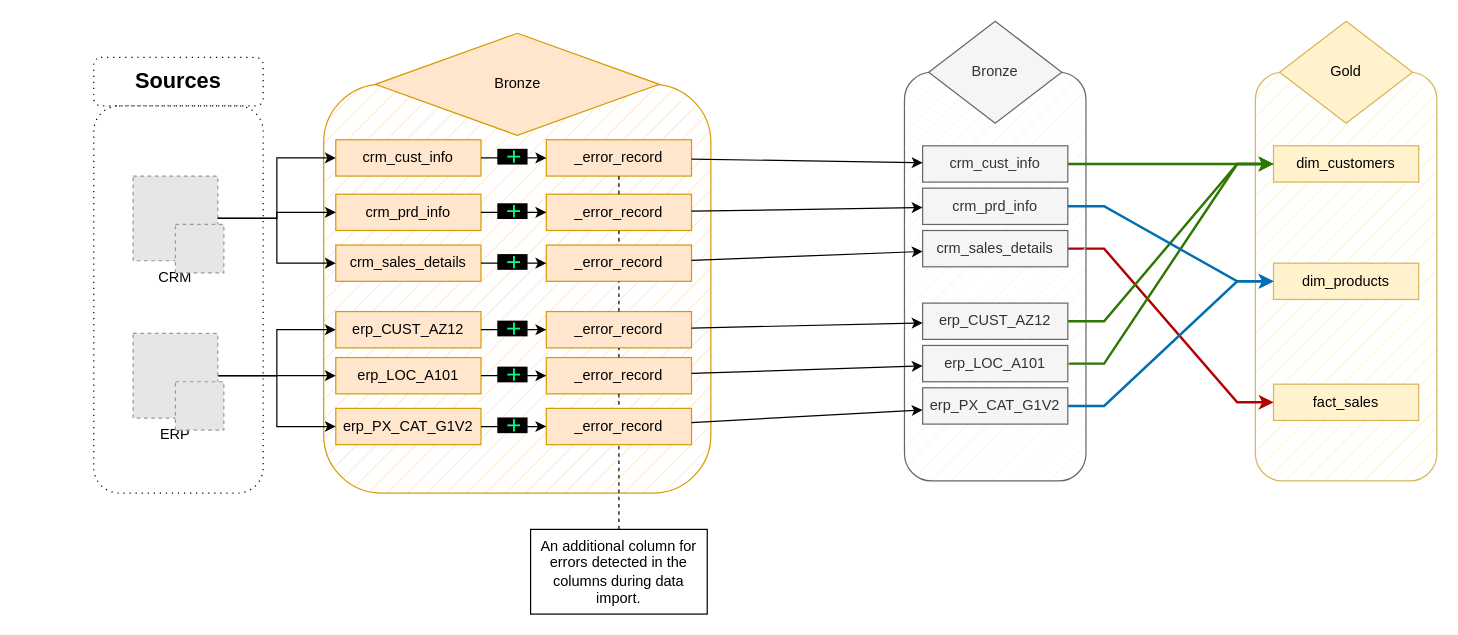
Before: page "data_flow" (3 of 5) of pyspark_pipeline/project_architecture.drawio in MaxKlosinski/SQL-Data-Warehouse-First, a draw.io diagram. Source tidied: cells renumbered, new cells numbered last; positions are measured from the earlier drawing's top-left corner, leaving out a move shared by most shapes. Both pictures are drawn from the tidied source at 121%, with x=0, y=0 at pixel (93, 21). Pictures stored in the file or linked from it are replaced by grey dashed boxes.
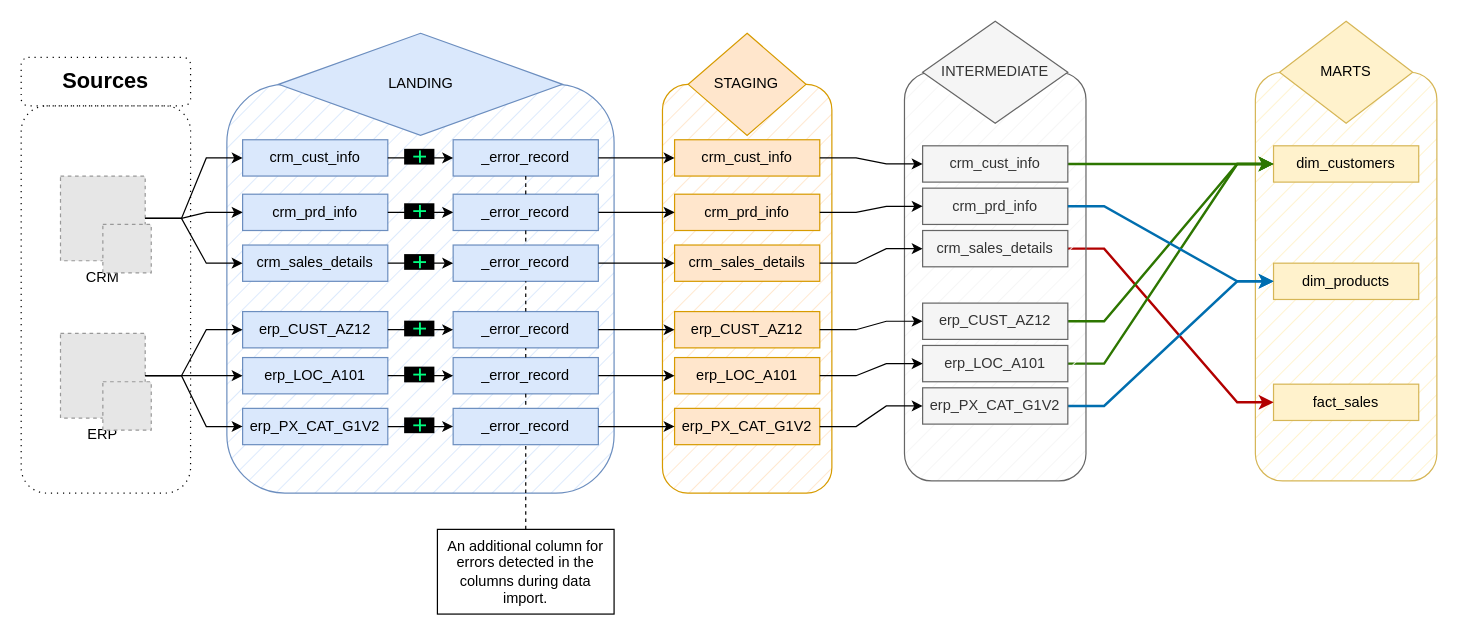
After the change.

Commit message (it also covers changes not shown here):
Add_full_diagrams

Unchanged cells that the change refers to:
```xml
<mxCell id="2" style="group;fillColor=none;strokeColor=none;" parent="1" vertex="1">
  <mxGeometry x="960" width="150" height="380" as="geometry" />
</mxCell>
<mxCell id="10" style="group;" parent="1" vertex="1">
  <mxGeometry x="670" width="150" height="380" as="geometry" />
</mxCell>
<mxCell id="51" value="ERP" style="fillColor=#E6E6E6;strokeColor=#999999;dashed=1;verticalLabelPosition=bottom;labelBackgroundColor=default;verticalAlign=top;" parent="50" vertex="1">
  <mxGeometry width="70" height="70" as="geometry" />
</mxCell>
<mxCell id="54" value="CRM" style="fillColor=#E6E6E6;strokeColor=#999999;dashed=1;verticalLabelPosition=bottom;labelBackgroundColor=default;verticalAlign=top;" parent="53" vertex="1">
  <mxGeometry width="70" height="70" as="geometry" />
</mxCell>
<mxCell id="60" value="erp_PX_CAT_G1V2" style="rounded=0;whiteSpace=wrap;html=1;fillColor=#f5f5f5;fontColor=#333333;strokeColor=#666666;" parent="1" vertex="1">
  <mxGeometry x="685" y="303" width="120" height="30" as="geometry" />
</mxCell>
<mxCell id="61" value="erp_LOC_A101" style="rounded=0;whiteSpace=wrap;html=1;fillColor=#f5f5f5;fontColor=#333333;strokeColor=#666666;" parent="1" vertex="1">
  <mxGeometry x="685" y="268" width="120" height="30" as="geometry" />
</mxCell>
<mxCell id="63" value="erp_CUST_AZ12" style="rounded=0;whiteSpace=wrap;html=1;fillColor=#f5f5f5;fontColor=#333333;strokeColor=#666666;" parent="1" vertex="1">
  <mxGeometry x="685" y="233" width="120" height="30" as="geometry" />
</mxCell>
<mxCell id="65" value="crm_cust_info" style="rounded=0;whiteSpace=wrap;html=1;fillColor=#f5f5f5;fontColor=#333333;strokeColor=#666666;" parent="1" vertex="1">
  <mxGeometry x="685" y="103" width="120" height="30" as="geometry" />
</mxCell>
<mxCell id="66" value="crm_prd_info" style="rounded=0;whiteSpace=wrap;html=1;fillColor=#f5f5f5;fontColor=#333333;strokeColor=#666666;" parent="1" vertex="1">
  <mxGeometry x="685" y="138" width="120" height="30" as="geometry" />
</mxCell>
<mxCell id="67" value="crm_sales_details" style="rounded=0;whiteSpace=wrap;html=1;fillColor=#f5f5f5;fontColor=#333333;strokeColor=#666666;" parent="1" vertex="1">
  <mxGeometry x="685" y="173" width="120" height="30" as="geometry" />
</mxCell>
```

The edit, as a diff of the source:
```diff
@@
-    <mxCell id="4" value="Gold" style="rhombus;whiteSpace=wrap;html=1;fillColor=#fff2cc;strokeColor=#d6b656;" parent="2" vertex="1">
+    <mxCell id="4" value="MARTS" style="rhombus;whiteSpace=wrap;html=1;fillColor=#fff2cc;strokeColor=#d6b656;" parent="2" vertex="1">
       <mxGeometry x="20" width="110" height="84.4" as="geometry" />
     </mxCell>
@@
-    <mxCell id="12" value="Bronze" style="rhombus;whiteSpace=wrap;html=1;fillColor=#f5f5f5;strokeColor=#666666;fontColor=#333333;" parent="10" vertex="1">
-      <mxGeometry x="20" width="110" height="84.4" as="geometry" />
+    <mxCell id="12" value="INTERMEDIATE" style="rhombus;whiteSpace=wrap;html=1;fillColor=#f5f5f5;strokeColor=#666666;fontColor=#333333;" parent="10" vertex="1">
+      <mxGeometry x="15" width="120" height="84.4" as="geometry" />
     </mxCell>
     <mxCell id="13" style="group;" parent="1" vertex="1">
-      <mxGeometry x="190" y="10" width="320" height="380" as="geometry" />
+      <mxGeometry x="110" y="10" width="320" height="380" as="geometry" />
     </mxCell>
-    <mxCell id="14" style="rounded=1;whiteSpace=wrap;html=1;fillColor=#ffe6cc;strokeColor=#d79b00;fillStyle=hatch;" parent="13" vertex="1">
+    <mxCell id="14" style="rounded=1;whiteSpace=wrap;html=1;fillColor=#dae8fc;strokeColor=#6c8ebf;fillStyle=hatch;" parent="13" vertex="1">
       <mxGeometry y="42.2" width="320" height="337.8" as="geometry" />
     </mxCell>
-    <mxCell id="15" value="Bronze" style="rhombus;whiteSpace=wrap;html=1;fillColor=#ffe6cc;strokeColor=#d79b00;" parent="13" vertex="1">
+    <mxCell id="15" value="LANDING" style="rhombus;whiteSpace=wrap;html=1;fillColor=#dae8fc;strokeColor=#6c8ebf;" parent="13" vertex="1">
       <mxGeometry x="42.7" width="234.7" height="84.4" as="geometry" />
     </mxCell>
-    <mxCell id="16" value="_error_record" style="rounded=0;whiteSpace=wrap;html=1;fillColor=#ffe6cc;strokeColor=#d79b00;" parent="13" vertex="1">
-      <mxGeometry x="184" y="88" width="120" height="30" as="geometry" />
+    <mxCell id="16" value="_error_record" style="rounded=0;whiteSpace=wrap;html=1;fillColor=#dae8fc;strokeColor=#6c8ebf;" parent="13" vertex="1">
+      <mxGeometry x="187" y="88" width="120" height="30" as="geometry" />
     </mxCell>
-    <mxCell id="17" value="_error_record" style="rounded=0;whiteSpace=wrap;html=1;fillColor=#ffe6cc;strokeColor=#d79b00;" parent="13" vertex="1">
-      <mxGeometry x="184" y="133" width="120" height="30" as="geometry" />
+    <mxCell id="17" value="_error_record" style="rounded=0;whiteSpace=wrap;html=1;fillColor=#dae8fc;strokeColor=#6c8ebf;" parent="13" vertex="1">
+      <mxGeometry x="187" y="133" width="120" height="30" as="geometry" />
     </mxCell>
-    <mxCell id="18" value="crm_cust_info" style="rounded=0;whiteSpace=wrap;html=1;fillColor=#ffe6cc;strokeColor=#d79b00;" parent="13" vertex="1">
-      <mxGeometry x="10" y="88" width="120" height="30" as="geometry" />
+    <mxCell id="18" value="crm_cust_info" style="rounded=0;whiteSpace=wrap;html=1;fillColor=#dae8fc;strokeColor=#6c8ebf;" parent="13" vertex="1">
+      <mxGeometry x="13" y="88" width="120" height="30" as="geometry" />
     </mxCell>
-    <mxCell id="19" value="crm_prd_info" style="rounded=0;whiteSpace=wrap;html=1;fillColor=#ffe6cc;strokeColor=#d79b00;" parent="13" vertex="1">
-      <mxGeometry x="10" y="133" width="120" height="30" as="geometry" />
+    <mxCell id="19" value="crm_prd_info" style="rounded=0;whiteSpace=wrap;html=1;fillColor=#dae8fc;strokeColor=#6c8ebf;" parent="13" vertex="1">
+      <mxGeometry x="13" y="133" width="120" height="30" as="geometry" />
     </mxCell>
-    <mxCell id="20" value="crm_sales_details" style="rounded=0;whiteSpace=wrap;html=1;fillColor=#ffe6cc;strokeColor=#d79b00;" parent="13" vertex="1">
-      <mxGeometry x="10" y="175" width="120" height="30" as="geometry" />
+    <mxCell id="20" value="crm_sales_details" style="rounded=0;whiteSpace=wrap;html=1;fillColor=#dae8fc;strokeColor=#6c8ebf;" parent="13" vertex="1">
+      <mxGeometry x="13" y="175" width="120" height="30" as="geometry" />
     </mxCell>
-    <mxCell id="21" value="erp_CUST_AZ12" style="rounded=0;whiteSpace=wrap;html=1;fillColor=#ffe6cc;strokeColor=#d79b00;" parent="13" vertex="1">
-      <mxGeometry x="10" y="230" width="120" height="30" as="geometry" />
+    <mxCell id="21" value="erp_CUST_AZ12" style="rounded=0;whiteSpace=wrap;html=1;fillColor=#dae8fc;strokeColor=#6c8ebf;" parent="13" vertex="1">
+      <mxGeometry x="13" y="230" width="120" height="30" as="geometry" />
     </mxCell>
-    <mxCell id="22" value="erp_LOC_A101" style="rounded=0;whiteSpace=wrap;html=1;fillColor=#ffe6cc;strokeColor=#d79b00;" parent="13" vertex="1">
-      <mxGeometry x="10" y="268" width="120" height="30" as="geometry" />
+    <mxCell id="22" value="erp_LOC_A101" style="rounded=0;whiteSpace=wrap;html=1;fillColor=#dae8fc;strokeColor=#6c8ebf;" parent="13" vertex="1">
+      <mxGeometry x="13" y="268" width="120" height="30" as="geometry" />
     </mxCell>
-    <mxCell id="23" value="erp_PX_CAT_G1V2" style="rounded=0;whiteSpace=wrap;html=1;fillColor=#ffe6cc;strokeColor=#d79b00;" parent="13" vertex="1">
-      <mxGeometry x="10" y="310" width="120" height="30" as="geometry" />
+    <mxCell id="23" value="erp_PX_CAT_G1V2" style="rounded=0;whiteSpace=wrap;html=1;fillColor=#dae8fc;strokeColor=#6c8ebf;" parent="13" vertex="1">
+      <mxGeometry x="13" y="310" width="120" height="30" as="geometry" />
     </mxCell>
-    <mxCell id="24" value="_error_record" style="rounded=0;whiteSpace=wrap;html=1;fillColor=#ffe6cc;strokeColor=#d79b00;" parent="13" vertex="1">
-      <mxGeometry x="184" y="175" width="120" height="30" as="geometry" />
+    <mxCell id="24" value="_error_record" style="rounded=0;whiteSpace=wrap;html=1;fillColor=#dae8fc;strokeColor=#6c8ebf;" parent="13" vertex="1">
+      <mxGeometry x="187" y="175" width="120" height="30" as="geometry" />
     </mxCell>
-    <mxCell id="25" value="_error_record" style="rounded=0;whiteSpace=wrap;html=1;fillColor=#ffe6cc;strokeColor=#d79b00;" parent="13" vertex="1">
-      <mxGeometry x="184" y="230" width="120" height="30" as="geometry" />
+    <mxCell id="25" value="_error_record" style="rounded=0;whiteSpace=wrap;html=1;fillColor=#dae8fc;strokeColor=#6c8ebf;" parent="13" vertex="1">
+      <mxGeometry x="187" y="230" width="120" height="30" as="geometry" />
     </mxCell>
-    <mxCell id="26" value="_error_record" style="rounded=0;whiteSpace=wrap;html=1;fillColor=#ffe6cc;strokeColor=#d79b00;" parent="13" vertex="1">
-      <mxGeometry x="184" y="268" width="120" height="30" as="geometry" />
+    <mxCell id="26" value="_error_record" style="rounded=0;whiteSpace=wrap;html=1;fillColor=#dae8fc;strokeColor=#6c8ebf;" parent="13" vertex="1">
+      <mxGeometry x="187" y="268" width="120" height="30" as="geometry" />
     </mxCell>
-    <mxCell id="27" value="_error_record" style="rounded=0;whiteSpace=wrap;html=1;fillColor=#ffe6cc;strokeColor=#d79b00;" parent="13" vertex="1">
-      <mxGeometry x="184" y="310" width="120" height="30" as="geometry" />
+    <mxCell id="27" value="_error_record" style="rounded=0;whiteSpace=wrap;html=1;fillColor=#dae8fc;strokeColor=#6c8ebf;" parent="13" vertex="1">
+      <mxGeometry x="187" y="310" width="120" height="30" as="geometry" />
     </mxCell>
@@
     <mxCell id="45" style="rounded=1;whiteSpace=wrap;html=1;dashed=1;dashPattern=1 4;fillColor=none;fillStyle=hatch;" parent="1" vertex="1">
-      <mxGeometry y="70" width="140" height="320" as="geometry" />
+      <mxGeometry x="-60" y="70" width="140" height="320" as="geometry" />
     </mxCell>
     <mxCell id="46" value="&lt;font style=&quot;font-size: 18px;&quot;&gt;&lt;b&gt;Sources&lt;/b&gt;&lt;/font&gt;" style="rounded=1;whiteSpace=wrap;html=1;fillColor=none;dashed=1;dashPattern=1 4;" parent="1" vertex="1">
-      <mxGeometry y="30" width="140" height="40" as="geometry" />
+      <mxGeometry x="-60" y="30" width="140" height="40" as="geometry" />
     </mxCell>
-    <mxCell id="47" style="edgeStyle=orthogonalEdgeStyle;rounded=0;jettySize=auto;html=1;" parent="1" edge="1" source="51" target="21">
-      <mxGeometry relative="1" as="geometry" />
-    </mxCell>
-    <mxCell id="48" style="edgeStyle=orthogonalEdgeStyle;rounded=0;jettySize=auto;html=1;" parent="1" edge="1" source="51" target="22">
-      <mxGeometry relative="1" as="geometry" />
-    </mxCell>
-    <mxCell id="49" style="edgeStyle=orthogonalEdgeStyle;rounded=0;jettySize=auto;html=1;" parent="1" edge="1" source="51" target="23">
-      <mxGeometry relative="1" as="geometry" />
-    </mxCell>
     <mxCell id="50" style="group;" parent="1" vertex="1">
-      <mxGeometry x="32.5" y="258" width="75" height="80" as="geometry" />
+      <mxGeometry x="-27.5" y="258" width="75" height="80" as="geometry" />
     </mxCell>
@@
     <mxCell id="53" style="group;" parent="1" vertex="1">
-      <mxGeometry x="32.5" y="128" width="75" height="80" as="geometry" />
+      <mxGeometry x="-27.5" y="128" width="75" height="80" as="geometry" />
     </mxCell>
@@
-    <mxCell id="56" style="edgeStyle=orthogonalEdgeStyle;rounded=0;jettySize=auto;html=1;" parent="1" edge="1" source="54" target="18">
-      <mxGeometry relative="1" as="geometry" />
-    </mxCell>
-    <mxCell id="57" style="edgeStyle=orthogonalEdgeStyle;rounded=0;jettySize=auto;html=1;" parent="1" edge="1" source="54" target="19">
-      <mxGeometry relative="1" as="geometry" />
-    </mxCell>
-    <mxCell id="58" style="edgeStyle=orthogonalEdgeStyle;rounded=0;jettySize=auto;html=1;" parent="1" edge="1" source="54" target="20">
-      <mxGeometry relative="1" as="geometry" />
-    </mxCell>
@@
     <mxCell id="70" value="An additional column for errors detected in the columns during data import." style="rounded=0;whiteSpace=wrap;html=1;" parent="1" vertex="1">
-      <mxGeometry x="361" y="420" width="146" height="70" as="geometry" />
+      <mxGeometry x="284" y="420" width="146" height="70" as="geometry" />
     </mxCell>
-    <mxCell id="71" style="endArrow=classic;html=1;rounded=0;" parent="1" edge="1" source="16" target="65">
-      <mxGeometry relative="1" as="geometry" />
-    </mxCell>
-    <mxCell id="72" style="endArrow=classic;html=1;rounded=0;" parent="1" edge="1" source="17" target="66">
-      <mxGeometry relative="1" as="geometry" />
-    </mxCell>
-    <mxCell id="73" style="endArrow=classic;html=1;rounded=0;" parent="1" edge="1" source="24" target="67">
-      <mxGeometry relative="1" as="geometry" />
-    </mxCell>
-    <mxCell id="74" style="endArrow=classic;html=1;rounded=0;" parent="1" edge="1" source="25" target="63">
-      <mxGeometry relative="1" as="geometry" />
-    </mxCell>
-    <mxCell id="75" style="endArrow=classic;html=1;rounded=0;" parent="1" edge="1" source="26" target="61">
-      <mxGeometry relative="1" as="geometry" />
-    </mxCell>
-    <mxCell id="76" style="endArrow=classic;html=1;rounded=0;" parent="1" edge="1" source="27" target="60">
-      <mxGeometry relative="1" as="geometry" />
-    </mxCell>
+    <mxCell id="77" style="group;" parent="1" vertex="1">
+      <mxGeometry x="310" y="10" width="320" height="380" as="geometry" />
+    </mxCell>
+    <mxCell id="78" style="rounded=1;whiteSpace=wrap;html=1;fillColor=#ffe6cc;strokeColor=#d79b00;fillStyle=hatch;" parent="77" vertex="1">
+      <mxGeometry x="160" y="42.2" width="140" height="337.8" as="geometry" />
+    </mxCell>
+    <mxCell id="79" value="STAGING" style="rhombus;whiteSpace=wrap;html=1;fillColor=#ffe6cc;strokeColor=#d79b00;" parent="77" vertex="1">
+      <mxGeometry x="181.3" width="97.3" height="84.4" as="geometry" />
+    </mxCell>
+    <mxCell id="80" value="crm_cust_info" style="rounded=0;whiteSpace=wrap;html=1;fillColor=#ffe6cc;strokeColor=#d79b00;" parent="77" vertex="1">
+      <mxGeometry x="170" y="88" width="120" height="30" as="geometry" />
+    </mxCell>
+    <mxCell id="81" value="crm_prd_info" style="rounded=0;whiteSpace=wrap;html=1;fillColor=#ffe6cc;strokeColor=#d79b00;" parent="77" vertex="1">
+      <mxGeometry x="170" y="133" width="120" height="30" as="geometry" />
+    </mxCell>
+    <mxCell id="82" value="crm_sales_details" style="rounded=0;whiteSpace=wrap;html=1;fillColor=#ffe6cc;strokeColor=#d79b00;" parent="77" vertex="1">
+      <mxGeometry x="170" y="175" width="120" height="30" as="geometry" />
+    </mxCell>
+    <mxCell id="83" value="erp_CUST_AZ12" style="rounded=0;whiteSpace=wrap;html=1;fillColor=#ffe6cc;strokeColor=#d79b00;" parent="77" vertex="1">
+      <mxGeometry x="170" y="230" width="120" height="30" as="geometry" />
+    </mxCell>
+    <mxCell id="84" value="erp_LOC_A101" style="rounded=0;whiteSpace=wrap;html=1;fillColor=#ffe6cc;strokeColor=#d79b00;" parent="77" vertex="1">
+      <mxGeometry x="170" y="268" width="120" height="30" as="geometry" />
+    </mxCell>
+    <mxCell id="85" value="erp_PX_CAT_G1V2" style="rounded=0;whiteSpace=wrap;html=1;fillColor=#ffe6cc;strokeColor=#d79b00;" parent="77" vertex="1">
+      <mxGeometry x="170" y="310" width="120" height="30" as="geometry" />
+    </mxCell>
+    <mxCell id="56" style="endArrow=classic;html=1;rounded=0;edgeStyle=entityRelationEdgeStyle;" parent="1" edge="1" source="54" target="18">
+      <mxGeometry relative="1" as="geometry" />
+    </mxCell>
+    <mxCell id="57" style="endArrow=classic;html=1;rounded=0;edgeStyle=entityRelationEdgeStyle;" parent="1" edge="1" source="54" target="19">
+      <mxGeometry relative="1" as="geometry" />
+    </mxCell>
+    <mxCell id="58" style="endArrow=classic;html=1;rounded=0;edgeStyle=entityRelationEdgeStyle;" parent="1" edge="1" source="54" target="20">
+      <mxGeometry relative="1" as="geometry" />
+    </mxCell>
+    <mxCell id="47" style="endArrow=classic;html=1;rounded=0;edgeStyle=entityRelationEdgeStyle;" parent="1" edge="1" source="51" target="21">
+      <mxGeometry relative="1" as="geometry" />
+    </mxCell>
+    <mxCell id="48" style="endArrow=classic;html=1;rounded=0;edgeStyle=entityRelationEdgeStyle;" parent="1" edge="1" source="51" target="22">
+      <mxGeometry relative="1" as="geometry" />
+    </mxCell>
+    <mxCell id="49" style="endArrow=classic;html=1;rounded=0;edgeStyle=entityRelationEdgeStyle;" parent="1" edge="1" source="51" target="23">
+      <mxGeometry relative="1" as="geometry" />
+    </mxCell>
+    <mxCell id="86" style="endArrow=classic;html=1;rounded=0;edgeStyle=entityRelationEdgeStyle;" parent="1" edge="1" source="16" target="80">
+      <mxGeometry relative="1" as="geometry" />
+    </mxCell>
+    <mxCell id="87" style="endArrow=classic;html=1;rounded=0;edgeStyle=entityRelationEdgeStyle;" parent="1" edge="1" source="80" target="65">
+      <mxGeometry relative="1" as="geometry" />
+    </mxCell>
+    <mxCell id="88" style="endArrow=classic;html=1;rounded=0;edgeStyle=entityRelationEdgeStyle;" parent="1" edge="1" source="81" target="66">
+      <mxGeometry relative="1" as="geometry" />
+    </mxCell>
+    <mxCell id="89" style="endArrow=classic;html=1;rounded=0;edgeStyle=entityRelationEdgeStyle;" parent="1" edge="1" source="82" target="67">
+      <mxGeometry relative="1" as="geometry" />
+    </mxCell>
+    <mxCell id="90" style="endArrow=classic;html=1;rounded=0;edgeStyle=entityRelationEdgeStyle;" parent="1" edge="1" source="83" target="63">
+      <mxGeometry relative="1" as="geometry" />
+    </mxCell>
+    <mxCell id="91" style="endArrow=classic;html=1;rounded=0;edgeStyle=entityRelationEdgeStyle;" parent="1" edge="1" source="84" target="61">
+      <mxGeometry relative="1" as="geometry" />
+    </mxCell>
+    <mxCell id="92" style="endArrow=classic;html=1;rounded=0;edgeStyle=entityRelationEdgeStyle;" parent="1" edge="1" source="85" target="60">
+      <mxGeometry relative="1" as="geometry" />
+    </mxCell>
+    <mxCell id="93" style="endArrow=classic;html=1;rounded=0;edgeStyle=entityRelationEdgeStyle;" parent="1" edge="1" source="17" target="81">
+      <mxGeometry relative="1" as="geometry" />
+    </mxCell>
+    <mxCell id="94" style="endArrow=classic;html=1;rounded=0;edgeStyle=entityRelationEdgeStyle;" parent="1" edge="1" source="25" target="83">
+      <mxGeometry relative="1" as="geometry" />
+    </mxCell>
+    <mxCell id="95" style="endArrow=classic;html=1;rounded=0;edgeStyle=entityRelationEdgeStyle;" parent="1" edge="1" source="26" target="84">
+      <mxGeometry relative="1" as="geometry" />
+    </mxCell>
+    <mxCell id="96" style="endArrow=classic;html=1;rounded=0;edgeStyle=entityRelationEdgeStyle;" parent="1" edge="1" source="27" target="85">
+      <mxGeometry relative="1" as="geometry" />
+    </mxCell>
+    <mxCell id="97" style="endArrow=classic;html=1;rounded=0;edgeStyle=entityRelationEdgeStyle;" parent="1" edge="1" source="24" target="82">
+      <mxGeometry relative="1" as="geometry" />
+    </mxCell>
```
